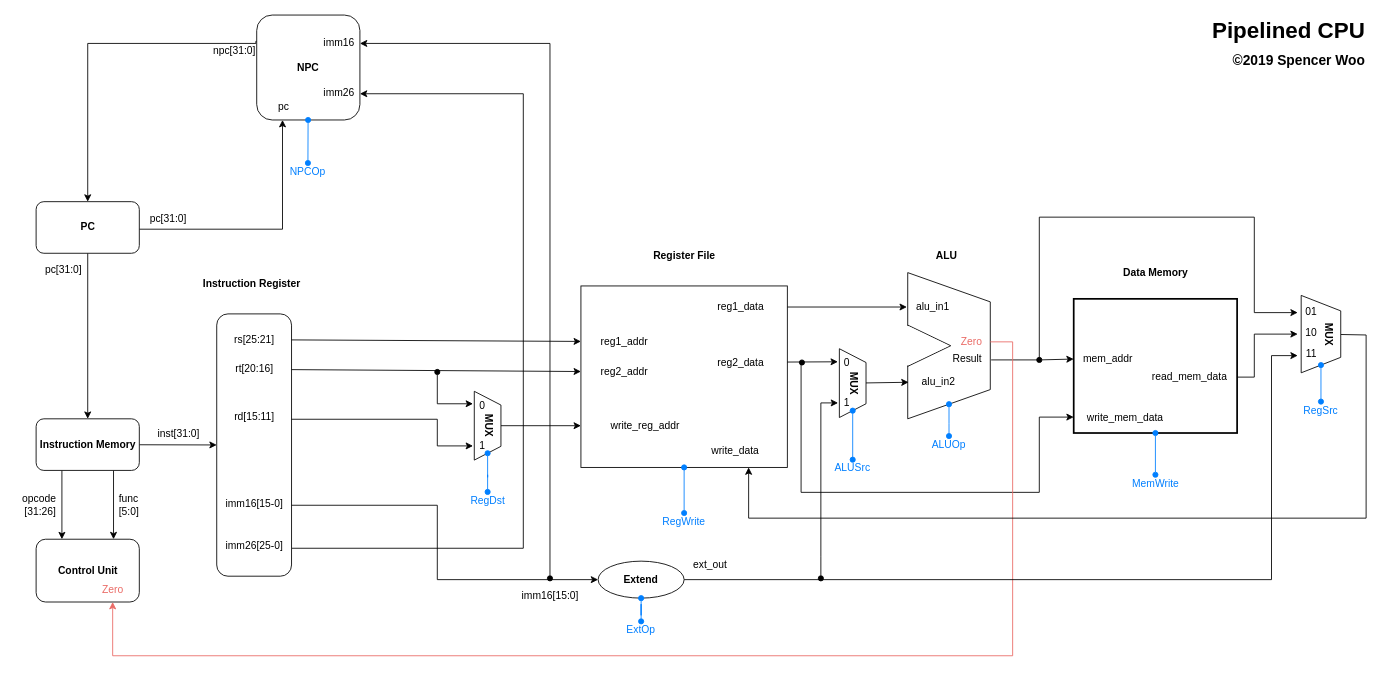
Above: page "single cycle" (2 of 3) of pipeline.drawio in zan-pu/diagram (draw.io), before the change. Source tidied: cells renumbered, new cells numbered last; positions are measured from the earlier drawing's top-left corner, leaving out a move shared by most shapes. Both pictures are drawn from the tidied source at 86%, with x=0, y=0 at pixel (14, 15).
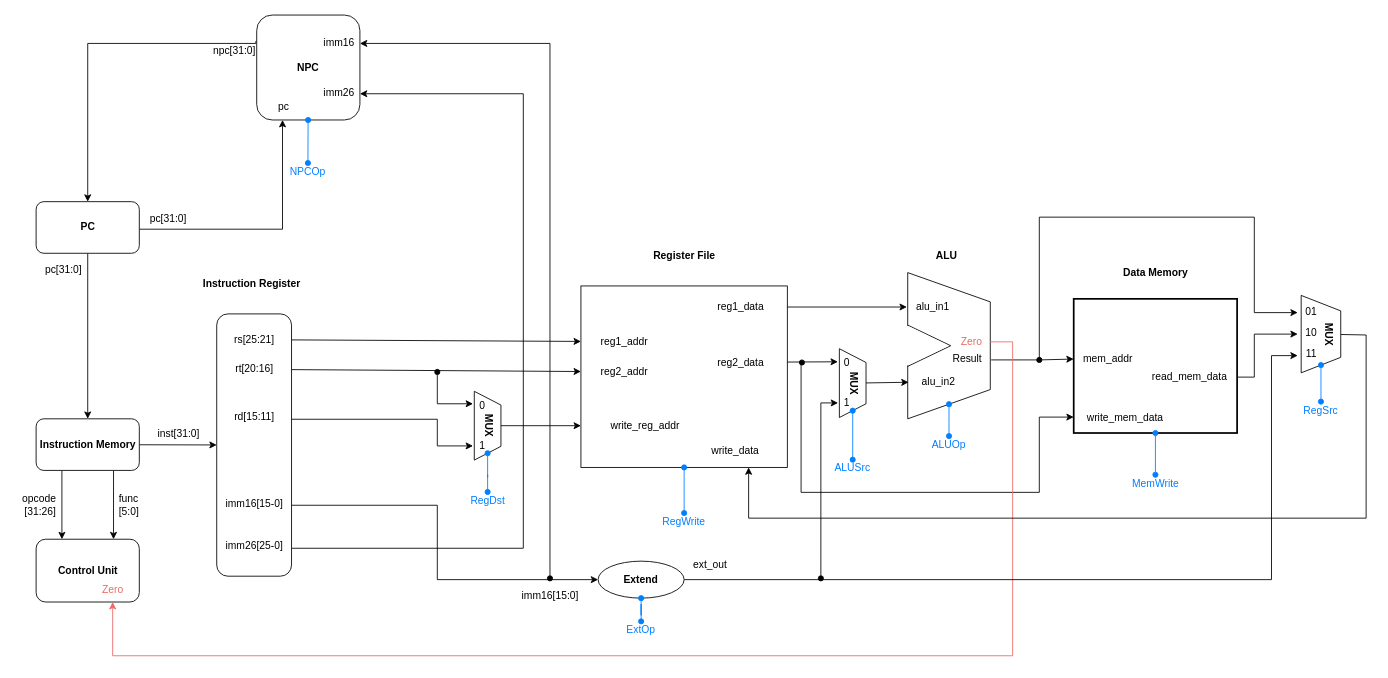
After the change.

Change to the diagram source:
```diff
@@
-    <mxCell id="98" value="Pipelined CPU&lt;br style=&quot;font-size: 26px&quot;&gt;&lt;font style=&quot;font-size: 16px&quot;&gt;©2019 Spencer Woo&lt;/font&gt;" style="text;html=1;align=right;verticalAlign=top;spacingTop=-4;fontStyle=1;fontFamily=SF Mono;fontSize=26;" parent="1" vertex="1">
-      <mxGeometry x="1352" width="220" height="70" as="geometry" />
-    </mxCell>
```
